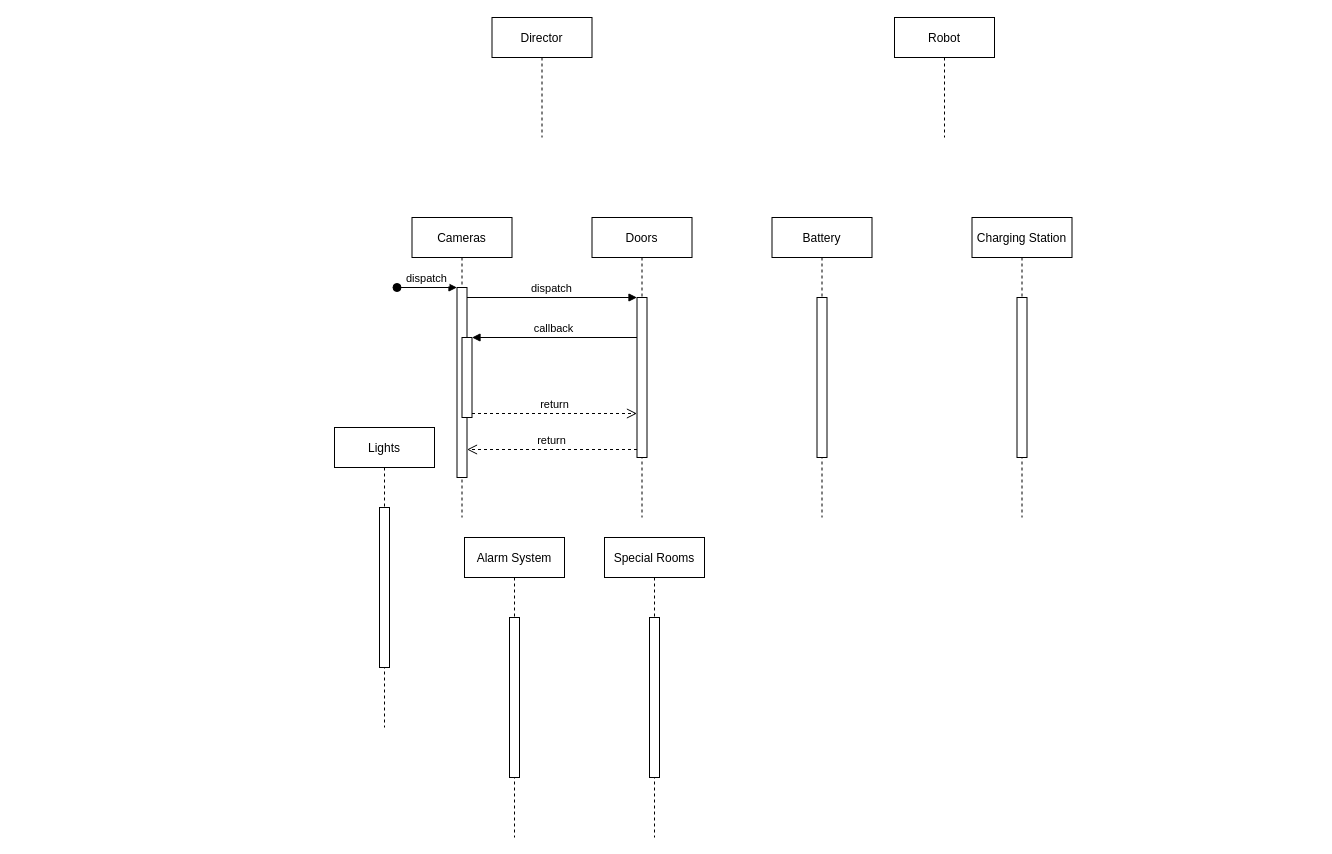
Above: AIWorking.drawio in Pepsui/Code-AI (draw.io), before the change. Source tidied: cells renumbered, new cells numbered last; positions are measured from the earlier drawing's top-left corner, leaving out a move shared by most shapes. Both pictures are drawn from the tidied source at 100%, with x=0, y=0 at pixel (334, 17).
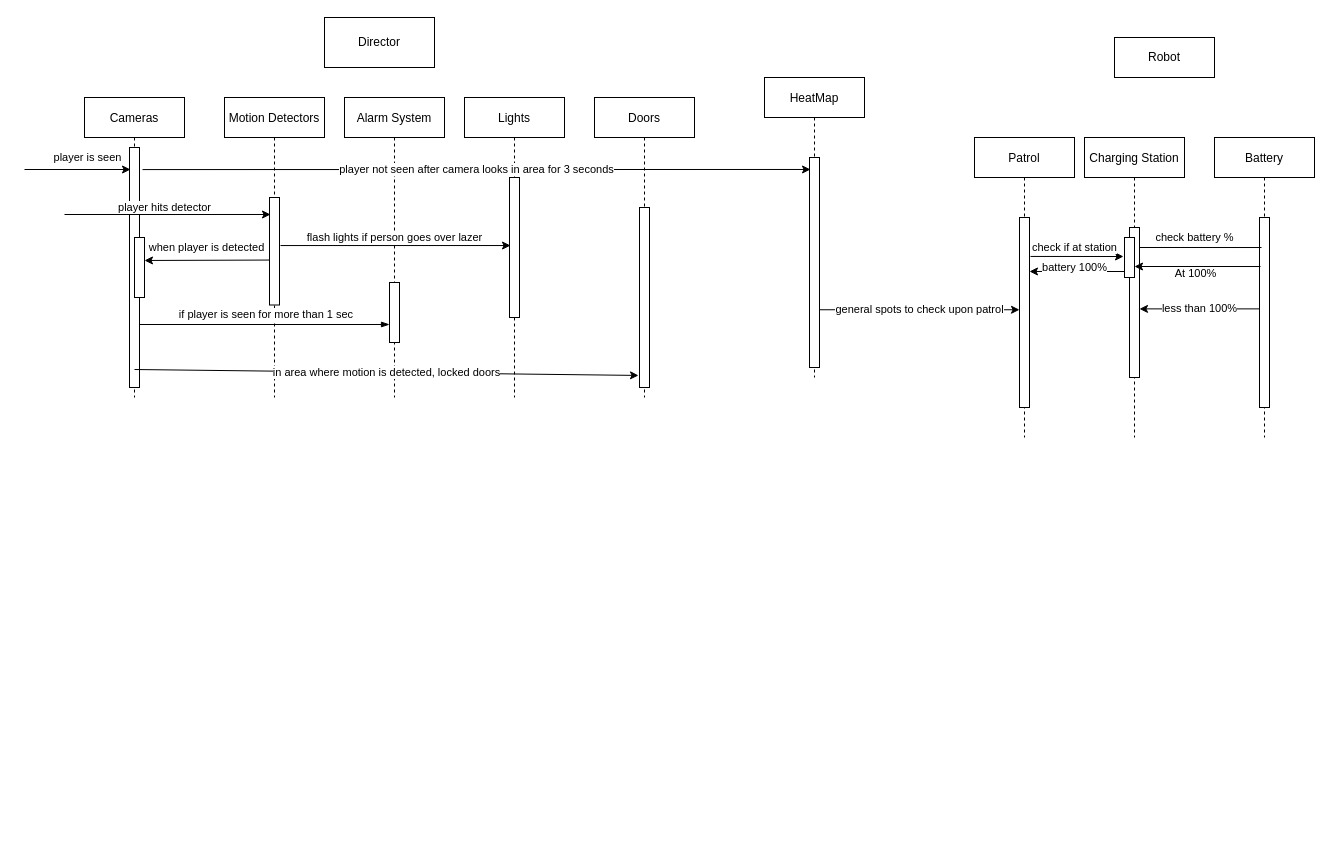
The same page after the edit.

What changed in the source:
```diff
@@
     <mxCell id="2" value="Cameras" style="shape=umlLifeline;perimeter=lifelinePerimeter;rounded=0;shadow=0;strokeWidth=1;" parent="1" vertex="1">
-      <mxGeometry x="77.5" y="200" width="100" height="300" as="geometry" />
+      <mxGeometry x="-250" y="80" width="100" height="300" as="geometry" />
     </mxCell>
     <mxCell id="3" style="points=[];perimeter=orthogonalPerimeter;rounded=0;shadow=0;strokeWidth=1;" parent="2" vertex="1">
-      <mxGeometry x="45" y="70" width="10" height="190" as="geometry" />
+      <mxGeometry x="45" y="50" width="10" height="240" as="geometry" />
     </mxCell>
-    <mxCell id="4" value="dispatch" style="verticalAlign=bottom;startArrow=oval;endArrow=block;startSize=8;shadow=0;strokeWidth=1;" parent="2" edge="1" target="3">
-      <mxGeometry relative="1" as="geometry">
-        <mxPoint x="-15" y="70" as="sourcePoint" />
-      </mxGeometry>
-    </mxCell>
-    <mxCell id="5" style="points=[];perimeter=orthogonalPerimeter;rounded=0;shadow=0;strokeWidth=1;" parent="2" vertex="1">
-      <mxGeometry x="50" y="120" width="10" height="80" as="geometry" />
-    </mxCell>
+    <mxCell id="24" value="player is seen" style="endArrow=classic;html=1;rounded=0;entryX=0.1;entryY=0.55;entryDx=0;entryDy=0;entryPerimeter=0;endFill=1;" parent="2" edge="1">
+      <mxGeometry x="0.18" y="12" relative="1" as="geometry">
+        <mxPoint x="-60" y="72" as="sourcePoint" />
+        <mxPoint x="46" y="72" as="targetPoint" />
+      </mxGeometry>
+    </mxCell>
+    <mxCell id="25" value="player hits detector" style="endArrow=classic;html=1;rounded=0;entryX=0.1;entryY=0.158;entryDx=0;entryDy=0;entryPerimeter=0;endFill=1;" parent="2" edge="1" target="33">
+      <mxGeometry x="-0.03" y="7" relative="1" as="geometry">
+        <mxPoint x="-20" y="117" as="sourcePoint" />
+      </mxGeometry>
+    </mxCell>
     <mxCell id="6" value="Doors" style="shape=umlLifeline;perimeter=lifelinePerimeter;rounded=0;shadow=0;strokeWidth=1;" parent="1" vertex="1">
-      <mxGeometry x="257.5" y="200" width="100" height="300" as="geometry" />
+      <mxGeometry x="260" y="80" width="100" height="300" as="geometry" />
     </mxCell>
     <mxCell id="7" style="points=[];perimeter=orthogonalPerimeter;rounded=0;shadow=0;strokeWidth=1;" parent="6" vertex="1">
-      <mxGeometry x="45" y="80" width="10" height="160" as="geometry" />
+      <mxGeometry x="45" y="110" width="10" height="180" as="geometry" />
     </mxCell>
-    <mxCell id="8" value="return" style="verticalAlign=bottom;endArrow=open;dashed=1;endSize=8;exitX=0;exitY=0.95;shadow=0;strokeWidth=1;" parent="1" edge="1" source="7" target="3">
-      <mxGeometry relative="1" as="geometry" />
-    </mxCell>
-    <mxCell id="9" value="dispatch" style="verticalAlign=bottom;endArrow=block;entryX=0;entryY=0;shadow=0;strokeWidth=1;" parent="1" edge="1" source="3" target="7">
-      <mxGeometry relative="1" as="geometry" />
-    </mxCell>
-    <mxCell id="10" value="callback" style="verticalAlign=bottom;endArrow=block;entryX=1;entryY=0;shadow=0;strokeWidth=1;" parent="1" edge="1" source="7" target="5">
-      <mxGeometry relative="1" as="geometry" />
-    </mxCell>
-    <mxCell id="11" value="return" style="verticalAlign=bottom;endArrow=open;dashed=1;endSize=8;exitX=1;exitY=0.95;shadow=0;strokeWidth=1;" parent="1" edge="1" source="5" target="7">
-      <mxGeometry relative="1" as="geometry" />
-    </mxCell>
     <mxCell id="12" value="Battery" style="shape=umlLifeline;perimeter=lifelinePerimeter;rounded=0;shadow=0;strokeWidth=1;" parent="1" vertex="1">
-      <mxGeometry x="437.5" y="200" width="100" height="300" as="geometry" />
+      <mxGeometry x="880" y="120" width="100" height="300" as="geometry" />
     </mxCell>
     <mxCell id="13" style="points=[];perimeter=orthogonalPerimeter;rounded=0;shadow=0;strokeWidth=1;" parent="12" vertex="1">
-      <mxGeometry x="45" y="80" width="10" height="160" as="geometry" />
+      <mxGeometry x="45" y="80" width="10" height="190" as="geometry" />
     </mxCell>
     <mxCell id="14" value="Charging Station" style="shape=umlLifeline;perimeter=lifelinePerimeter;rounded=0;shadow=0;strokeWidth=1;" parent="1" vertex="1">
-      <mxGeometry x="637.5" y="200" width="100" height="300" as="geometry" />
+      <mxGeometry x="750" y="120" width="100" height="300" as="geometry" />
     </mxCell>
     <mxCell id="15" style="points=[];perimeter=orthogonalPerimeter;rounded=0;shadow=0;strokeWidth=1;" parent="14" vertex="1">
-      <mxGeometry x="45" y="80" width="10" height="160" as="geometry" />
+      <mxGeometry x="45" y="90" width="10" height="150" as="geometry" />
     </mxCell>
-    <mxCell id="16" value="Director" style="shape=umlLifeline;perimeter=lifelinePerimeter;rounded=0;shadow=0;strokeWidth=1;strokeColor=default;" parent="1" vertex="1">
-      <mxGeometry x="157.5" width="100" height="120" as="geometry" />
-    </mxCell>
-    <mxCell id="17" value="Robot" style="shape=umlLifeline;perimeter=lifelinePerimeter;rounded=0;shadow=0;strokeWidth=1;strokeColor=default;" parent="1" vertex="1">
-      <mxGeometry x="560" width="100" height="120" as="geometry" />
-    </mxCell>
+    <mxCell id="26" style="points=[];perimeter=orthogonalPerimeter;rounded=0;shadow=0;strokeWidth=1;" parent="14" vertex="1">
+      <mxGeometry x="40" y="100" width="10" height="40" as="geometry" />
+    </mxCell>
+    <mxCell id="27" value="check battery %" style="endArrow=none;html=1;rounded=0;entryX=0.2;entryY=0.158;entryDx=0;entryDy=0;entryPerimeter=0;" parent="14" edge="1" target="13">
+      <mxGeometry x="-0.1" y="10" relative="1" as="geometry">
+        <mxPoint x="55" y="110" as="sourcePoint" />
+      </mxGeometry>
+    </mxCell>
     <mxCell id="18" value="Lights" style="shape=umlLifeline;perimeter=lifelinePerimeter;rounded=0;shadow=0;strokeWidth=1;" parent="1" vertex="1">
-      <mxGeometry y="410" width="100" height="300" as="geometry" />
+      <mxGeometry x="130" y="80" width="100" height="300" as="geometry" />
     </mxCell>
     <mxCell id="19" style="points=[];perimeter=orthogonalPerimeter;rounded=0;shadow=0;strokeWidth=1;" parent="18" vertex="1">
-      <mxGeometry x="45" y="80" width="10" height="160" as="geometry" />
+      <mxGeometry x="45" y="80" width="10" height="140" as="geometry" />
     </mxCell>
     <mxCell id="20" value="Alarm System" style="shape=umlLifeline;perimeter=lifelinePerimeter;rounded=0;shadow=0;strokeWidth=1;" parent="1" vertex="1">
-      <mxGeometry x="130" y="520" width="100" height="300" as="geometry" />
+      <mxGeometry x="10" y="80" width="100" height="300" as="geometry" />
     </mxCell>
     <mxCell id="21" style="points=[];perimeter=orthogonalPerimeter;rounded=0;shadow=0;strokeWidth=1;" parent="20" vertex="1">
-      <mxGeometry x="45" y="80" width="10" height="160" as="geometry" />
+      <mxGeometry x="45" y="185" width="10" height="60" as="geometry" />
     </mxCell>
-    <mxCell id="22" value="Special Rooms" style="shape=umlLifeline;perimeter=lifelinePerimeter;rounded=0;shadow=0;strokeWidth=1;" parent="1" vertex="1">
-      <mxGeometry x="270" y="520" width="100" height="300" as="geometry" />
+    <mxCell id="22" value="HeatMap" style="shape=umlLifeline;perimeter=lifelinePerimeter;rounded=0;shadow=0;strokeWidth=1;" parent="1" vertex="1">
+      <mxGeometry x="430" y="60" width="100" height="300" as="geometry" />
     </mxCell>
     <mxCell id="23" style="points=[];perimeter=orthogonalPerimeter;rounded=0;shadow=0;strokeWidth=1;" parent="22" vertex="1">
-      <mxGeometry x="45" y="80" width="10" height="160" as="geometry" />
+      <mxGeometry x="45" y="80" width="10" height="210" as="geometry" />
     </mxCell>
+    <mxCell id="28" value="less than 100%" style="endArrow=classic;html=1;rounded=0;exitX=0;exitY=0.481;exitDx=0;exitDy=0;exitPerimeter=0;startArrow=none;startFill=0;endFill=1;" parent="1" edge="1" source="13" target="15">
+      <mxGeometry relative="1" as="geometry" />
+    </mxCell>
+    <mxCell id="29" value="Patrol" style="shape=umlLifeline;perimeter=lifelinePerimeter;rounded=0;shadow=0;strokeWidth=1;" parent="1" vertex="1">
+      <mxGeometry x="640" y="120" width="100" height="300" as="geometry" />
+    </mxCell>
+    <mxCell id="30" style="points=[];perimeter=orthogonalPerimeter;rounded=0;shadow=0;strokeWidth=1;" parent="29" vertex="1">
+      <mxGeometry x="45" y="80" width="10" height="190" as="geometry" />
+    </mxCell>
+    <mxCell id="31" value="general spots to check upon patrol" style="endArrow=classic;html=1;rounded=0;exitX=1;exitY=0.725;exitDx=0;exitDy=0;exitPerimeter=0;endFill=1;" parent="1" edge="1" source="23" target="30">
+      <mxGeometry relative="1" as="geometry" />
+    </mxCell>
+    <mxCell id="32" value="Motion Detectors" style="shape=umlLifeline;perimeter=lifelinePerimeter;rounded=0;shadow=0;strokeWidth=1;" parent="1" vertex="1">
+      <mxGeometry x="-110" y="80" width="100" height="300" as="geometry" />
+    </mxCell>
+    <mxCell id="33" style="points=[];perimeter=orthogonalPerimeter;rounded=0;shadow=0;strokeWidth=1;" parent="32" vertex="1">
+      <mxGeometry x="45" y="100" width="10" height="107.5" as="geometry" />
+    </mxCell>
+    <mxCell id="16" value="Director" style="rounded=0;whiteSpace=wrap;html=1;" parent="1" vertex="1">
+      <mxGeometry x="-10" width="110" height="50" as="geometry" />
+    </mxCell>
+    <mxCell id="34" value="when player is detected" style="endArrow=none;html=1;rounded=0;entryX=0;entryY=0.582;entryDx=0;entryDy=0;entryPerimeter=0;startArrow=classic;startFill=1;exitX=1;exitY=0.383;exitDx=0;exitDy=0;exitPerimeter=0;" parent="1" edge="1" source="35" target="33">
+      <mxGeometry x="-0.01" y="13" relative="1" as="geometry" />
+    </mxCell>
+    <mxCell id="35" style="points=[];perimeter=orthogonalPerimeter;rounded=0;shadow=0;strokeWidth=1;" parent="1" vertex="1">
+      <mxGeometry x="-200" y="220" width="10" height="60" as="geometry" />
+    </mxCell>
+    <mxCell id="36" value="player not seen after camera looks in area for 3 seconds" style="endArrow=classic;html=1;rounded=0;exitX=1.3;exitY=0.092;exitDx=0;exitDy=0;exitPerimeter=0;endFill=1;entryX=0.1;entryY=0.057;entryDx=0;entryDy=0;entryPerimeter=0;" parent="1" edge="1" source="3" target="23">
+      <mxGeometry relative="1" as="geometry" />
+    </mxCell>
+    <mxCell id="8" value="in area where motion is detected, locked doors" style="endArrow=none;html=1;rounded=0;entryX=0.5;entryY=0.925;entryDx=0;entryDy=0;entryPerimeter=0;exitX=-0.1;exitY=0.933;exitDx=0;exitDy=0;exitPerimeter=0;endFill=0;startArrow=classic;startFill=1;" parent="1" edge="1" source="7" target="3">
+      <mxGeometry relative="1" as="geometry" />
+    </mxCell>
+    <mxCell id="37" value="flash lights if person goes over lazer" style="endArrow=none;html=1;rounded=0;entryX=1.1;entryY=0.447;entryDx=0;entryDy=0;entryPerimeter=0;exitX=0.1;exitY=0.486;exitDx=0;exitDy=0;exitPerimeter=0;endFill=0;startArrow=classic;startFill=1;" parent="1" edge="1" source="19" target="33">
+      <mxGeometry x="0.01" y="-8" relative="1" as="geometry" />
+    </mxCell>
+    <mxCell id="38" value="At 100%" style="endArrow=none;html=1;rounded=0;entryX=0.1;entryY=0.258;entryDx=0;entryDy=0;entryPerimeter=0;startArrow=classic;startFill=1;exitX=1;exitY=0.725;exitDx=0;exitDy=0;exitPerimeter=0;" parent="1" edge="1" source="26" target="13">
+      <mxGeometry x="-0.03" y="-7" relative="1" as="geometry" />
+    </mxCell>
+    <mxCell id="39" value="check if at station" style="endArrow=classic;html=1;rounded=0;exitX=1.1;exitY=0.205;exitDx=0;exitDy=0;exitPerimeter=0;endFill=1;entryX=-0.1;entryY=0.475;entryDx=0;entryDy=0;entryPerimeter=0;" parent="1" edge="1" source="30" target="26">
+      <mxGeometry x="-0.05" y="9" relative="1" as="geometry" />
+    </mxCell>
+    <mxCell id="40" value="if player is seen for more than 1 sec&amp;nbsp;" style="endArrow=blockThin;html=1;rounded=0;endFill=1;entryX=0;entryY=0.7;entryDx=0;entryDy=0;entryPerimeter=0;" parent="1" edge="1" source="3" target="21">
+      <mxGeometry x="0.02" y="10" relative="1" as="geometry" />
+    </mxCell>
+    <mxCell id="17" value="Robot" style="rounded=0;whiteSpace=wrap;html=1;" parent="1" vertex="1">
+      <mxGeometry x="780" y="20" width="100" height="40" as="geometry" />
+    </mxCell>
+    <mxCell id="41" value="battery 100%" style="endArrow=none;html=1;rounded=0;entryX=0;entryY=0.85;entryDx=0;entryDy=0;entryPerimeter=0;exitX=1;exitY=0.284;exitDx=0;exitDy=0;exitPerimeter=0;startArrow=classic;startFill=1;" parent="1" edge="1" source="30" target="26">
+      <mxGeometry x="-0.05" y="4" relative="1" as="geometry" />
+    </mxCell>
```
